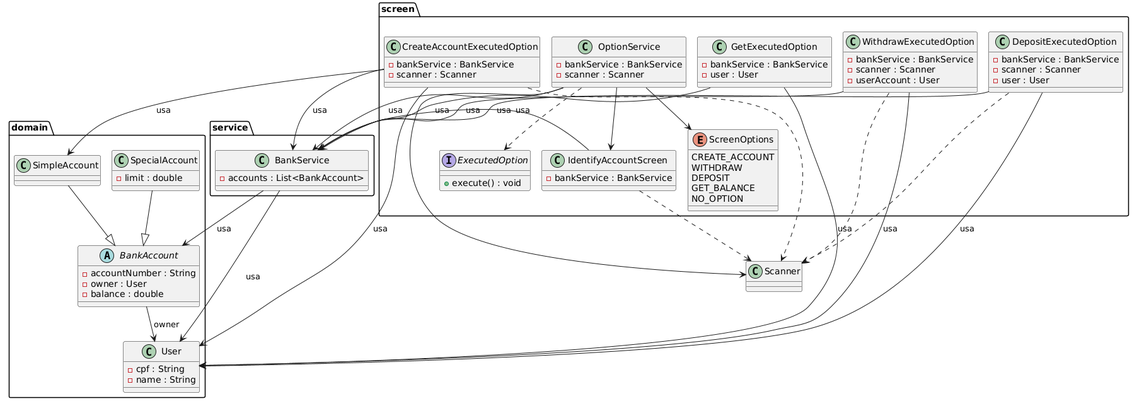
Before: DiagramaClasses/diagramaClasses.png, a diagram exported from PlantUML (marcelogolk/BankAccount). Its diagram source:
```plantuml
@startuml
top to bottom direction
!pragma layout smetana

package screen {
    enum ScreenOptions {
        CREATE_ACCOUNT
        WITHDRAW
        DEPOSIT
        GET_BALANCE
        NO_OPTION
    }

    interface ExecutedOption {
        +execute() : void
    }

    class CreateAccountExecutedOption {
        -bankService : BankService
        -scanner : Scanner
    }

    class DepositExecutedOption {
        -bankService : BankService
        -scanner : Scanner
        -user : User
    }

    class GetExecutedOption {
        -bankService : BankService
        -user : User
    }

    class WithdrawExecutedOption {
        -bankService : BankService
        -scanner : Scanner
        -userAccount : User
    }

    class IdentifyAccountScreen {
        -bankService : BankService
    }

    class OptionService {
        -bankService : BankService
        -scanner : Scanner
    }
}

package service {
    class BankService {
        -accounts : List<BankAccount>
    }
}

package domain {
    class User {
        -cpf : String
        -name : String
    }

    abstract class BankAccount {
        -accountNumber : String
        -owner : User
        -balance : double
    }

    class SimpleAccount {
    }

    class SpecialAccount {
        -limit : double
    }
}

BankAccount --> User : owner
SimpleAccount --|> BankAccount
SpecialAccount --|> BankAccount

BankService --> BankAccount : usa
BankService --> User : usa

OptionService --> BankService : usa
OptionService --> Scanner
OptionService --> ScreenOptions
OptionService ..> ExecutedOption
OptionService --> IdentifyAccountScreen

CreateAccountExecutedOption --> BankService : usa
CreateAccountExecutedOption --> SimpleAccount : usa
CreateAccountExecutedOption --> User : usa
CreateAccountExecutedOption ..> Scanner

DepositExecutedOption --> BankService : usa
DepositExecutedOption --> User : usa
DepositExecutedOption ..> Scanner

GetExecutedOption --> BankService : usa
GetExecutedOption --> User : usa

WithdrawExecutedOption --> BankService : usa
WithdrawExecutedOption --> User : usa
WithdrawExecutedOption ..> Scanner

IdentifyAccountScreen --> BankService : usa
IdentifyAccountScreen ..> Scanner
@enduml
```
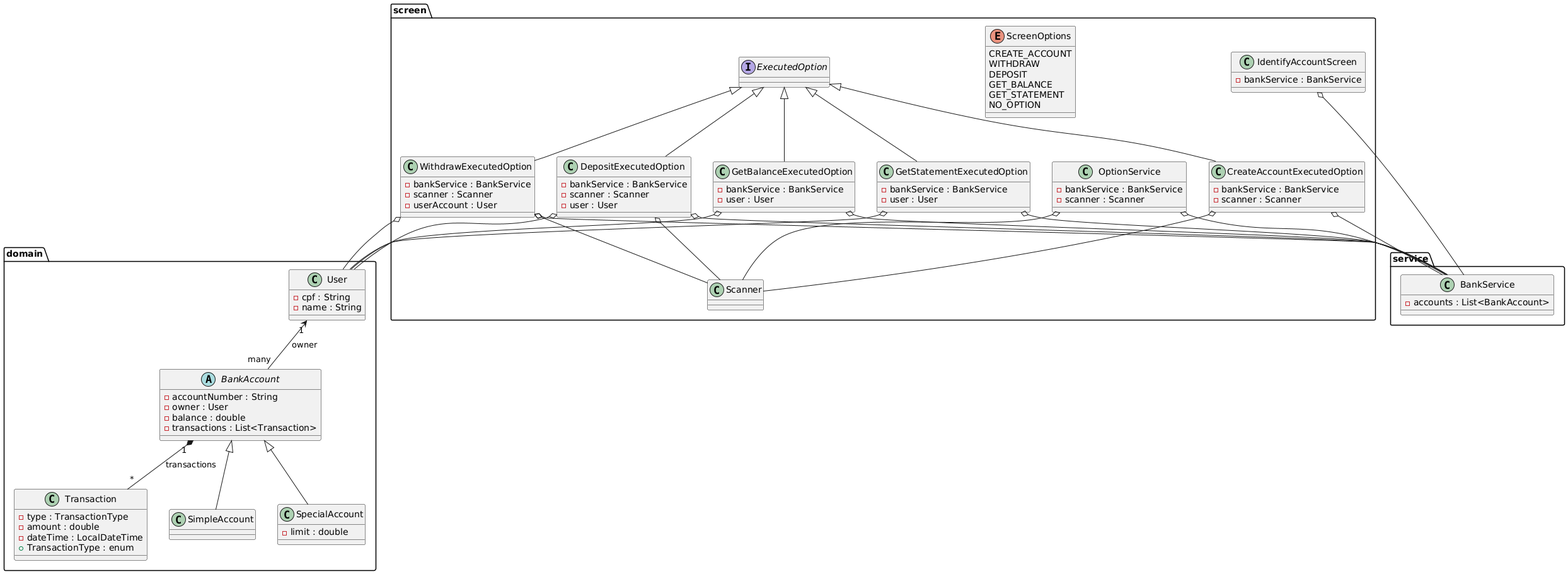
After the commit.

Diff of the diagram source:
```diff
@@ -1,107 +1,112 @@
 @startuml
-top to bottom direction
-!pragma layout smetana
-
-package screen {
-    enum ScreenOptions {
-        CREATE_ACCOUNT
-        WITHDRAW
-        DEPOSIT
-        GET_BALANCE
-        NO_OPTION
+package domain {
+    class User {
+        - cpf : String
+        - name : String
     }
 
-    interface ExecutedOption {
-        +execute() : void
-    }
-
-    class CreateAccountExecutedOption {
-        -bankService : BankService
-        -scanner : Scanner
-    }
-
-    class DepositExecutedOption {
-        -bankService : BankService
-        -scanner : Scanner
-        -user : User
-    }
-
-    class GetExecutedOption {
-        -bankService : BankService
-        -user : User
-    }
-
-    class WithdrawExecutedOption {
-        -bankService : BankService
-        -scanner : Scanner
-        -userAccount : User
-    }
-
-    class IdentifyAccountScreen {
-        -bankService : BankService
-    }
-
-    class OptionService {
-        -bankService : BankService
-        -scanner : Scanner
-    }
-}
-
-package service {
-    class BankService {
-        -accounts : List<BankAccount>
-    }
-}
-
-package domain {
-    class User {
-        -cpf : String
-        -name : String
+    class Transaction {
+        - type : TransactionType
+        - amount : double
+        - dateTime : LocalDateTime
+        + TransactionType : enum
     }
 
     abstract class BankAccount {
-        -accountNumber : String
-        -owner : User
-        -balance : double
+        - accountNumber : String
+        - owner : User
+        - balance : double
+        - transactions : List<Transaction>
     }
 
     class SimpleAccount {
     }
 
     class SpecialAccount {
-        -limit : double
+        - limit : double
+    }
+
+    User "1" <-- "many" BankAccount : owner
+    BankAccount <|-- SimpleAccount
+    BankAccount <|-- SpecialAccount
+    BankAccount "1" *-- "*" Transaction : transactions
+}
+
+package service {
+    class BankService {
+        - accounts : List<BankAccount>
     }
 }
 
-BankAccount --> User : owner
-SimpleAccount --|> BankAccount
-SpecialAccount --|> BankAccount
+package screen {
+    interface ExecutedOption {
+    }
 
-BankService --> BankAccount : usa
-BankService --> User : usa
+    enum ScreenOptions {
+        CREATE_ACCOUNT
+        WITHDRAW
+        DEPOSIT
+        GET_BALANCE
+        GET_STATEMENT
+        NO_OPTION
+    }
 
-OptionService --> BankService : usa
-OptionService --> Scanner
-OptionService --> ScreenOptions
-OptionService ..> ExecutedOption
-OptionService --> IdentifyAccountScreen
+    class OptionService {
+        - bankService : BankService
+        - scanner : Scanner
+    }
 
-CreateAccountExecutedOption --> BankService : usa
-CreateAccountExecutedOption --> SimpleAccount : usa
-CreateAccountExecutedOption --> User : usa
-CreateAccountExecutedOption ..> Scanner
+    class IdentifyAccountScreen {
+        - bankService : BankService
+    }
 
-DepositExecutedOption --> BankService : usa
-DepositExecutedOption --> User : usa
-DepositExecutedOption ..> Scanner
+    class CreateAccountExecutedOption {
+        - bankService : BankService
+        - scanner : Scanner
+    }
 
-GetExecutedOption --> BankService : usa
-GetExecutedOption --> User : usa
+    class DepositExecutedOption {
+        - bankService : BankService
+        - scanner : Scanner
+        - user : User
+    }
 
-WithdrawExecutedOption --> BankService : usa
-WithdrawExecutedOption --> User : usa
-WithdrawExecutedOption ..> Scanner
+    class GetBalanceExecutedOption {
+        - bankService : BankService
+        - user : User
+    }
 
-IdentifyAccountScreen --> BankService : usa
-IdentifyAccountScreen ..> Scanner
+    class GetStatementExecutedOption {
+        - bankService : BankService
+        - user : User
+    }
+
+    class WithdrawExecutedOption {
+        - bankService : BankService
+        - scanner : Scanner
+        - userAccount : User
+    }
+
+    ExecutedOption <|-- CreateAccountExecutedOption
+    ExecutedOption <|-- DepositExecutedOption
+    ExecutedOption <|-- GetBalanceExecutedOption
+    ExecutedOption <|-- GetStatementExecutedOption
+    ExecutedOption <|-- WithdrawExecutedOption
+
+    OptionService o-- BankService
+    OptionService o-- Scanner
+    IdentifyAccountScreen o-- BankService
+    CreateAccountExecutedOption o-- BankService
+    CreateAccountExecutedOption o-- Scanner
+    DepositExecutedOption o-- BankService
+    DepositExecutedOption o-- Scanner
+    DepositExecutedOption o-- User
+    GetBalanceExecutedOption o-- BankService
+    GetBalanceExecutedOption o-- User
+    GetStatementExecutedOption o-- BankService
+    GetStatementExecutedOption o-- User
+    WithdrawExecutedOption o-- BankService
+    WithdrawExecutedOption o-- Scanner
+    WithdrawExecutedOption o-- User
+}
 @enduml
```
